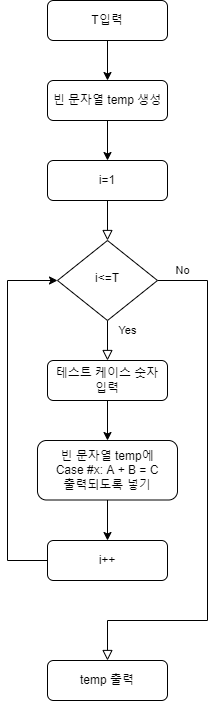
Above: 백준 코딩테스트 순서도/015백준 A+B - 8.drawio.png in otw03/Programmers-Algorithm (draw.io), before the change. Source tidied: cells renumbered, new cells last; positions are measured from the earlier drawing's top-left corner, leaving out a move shared by most shapes.
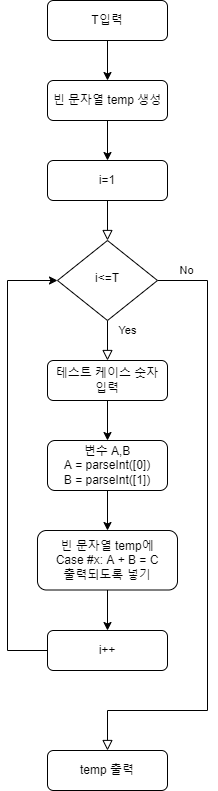
Later version of the same file.

Commit message:
015백준 A+B - 8.drawio.png 간결화한 코드 업데이트

The edit, as a diff of the source:
```diff
@@ -15,8 +15,8 @@
       <mxGeometry x="-0.91" y="10" relative="1" as="geometry">
         <Array as="points">
           <mxPoint x="200" y="280" />
-          <mxPoint x="200" y="620" />
-          <mxPoint x="100" y="620" />
+          <mxPoint x="200" y="710" />
+          <mxPoint x="100" y="710" />
         </Array>
       </mxGeometry>
     </mxCell>
@@ -26,14 +26,14 @@
     <mxCell id="7" style="edgeStyle=orthogonalEdgeStyle;rounded=0;jettySize=auto;html=1;entryX=0;entryY=0.5;entryDx=0;entryDy=0;exitX=0;exitY=0.5;exitDx=0;exitDy=0;" parent="1" edge="1" source="12" target="6">
       <mxGeometry relative="1" as="geometry">
         <Array as="points">
-          <mxPoint y="560" />
+          <mxPoint y="650" />
           <mxPoint y="280" />
         </Array>
       </mxGeometry>
     </mxCell>
-    <mxCell id="8" style="edgeStyle=orthogonalEdgeStyle;rounded=0;jettySize=auto;html=1;exitX=0.5;exitY=1;exitDx=0;exitDy=0;entryX=0.5;entryY=0;entryDx=0;entryDy=0;" parent="1" edge="1" source="9" target="17">
-      <mxGeometry relative="1" as="geometry" />
-    </mxCell>
+    <mxCell id="18" style="edgeStyle=orthogonalEdgeStyle;rounded=0;jettySize=auto;html=1;" parent="1" edge="1" source="9" target="20">
+      <mxGeometry relative="1" as="geometry" />
+    </mxCell>
     <mxCell id="9" value="테스트 케이스 숫자&lt;br&gt;입력" style="rounded=1;whiteSpace=wrap;html=1;fontSize=12;glass=0;strokeWidth=1;shadow=0;" parent="1" vertex="1">
       <mxGeometry x="40" y="360" width="120" height="40" as="geometry" />
     </mxCell>
@@ -44,7 +44,7 @@
       <mxGeometry x="40" y="80" width="120" height="40" as="geometry" />
     </mxCell>
     <mxCell id="12" value="i++" style="rounded=1;whiteSpace=wrap;html=1;fontSize=12;glass=0;strokeWidth=1;shadow=0;" parent="1" vertex="1">
-      <mxGeometry x="40" y="540" width="120" height="40" as="geometry" />
+      <mxGeometry x="40" y="630" width="120" height="40" as="geometry" />
     </mxCell>
     <mxCell id="13" style="edgeStyle=orthogonalEdgeStyle;rounded=0;jettySize=auto;html=1;entryX=0.5;entryY=0;entryDx=0;entryDy=0;" parent="1" edge="1" source="14" target="11">
       <mxGeometry relative="1" as="geometry" />
@@ -53,13 +53,19 @@
       <mxGeometry x="40" width="120" height="40" as="geometry" />
     </mxCell>
     <mxCell id="15" value="temp 출력" style="rounded=1;whiteSpace=wrap;html=1;fontSize=12;glass=0;strokeWidth=1;shadow=0;" parent="1" vertex="1">
-      <mxGeometry x="40" y="660" width="120" height="40" as="geometry" />
+      <mxGeometry x="40" y="750" width="120" height="40" as="geometry" />
     </mxCell>
     <mxCell id="16" style="edgeStyle=orthogonalEdgeStyle;rounded=0;jettySize=auto;html=1;entryX=0.5;entryY=0;entryDx=0;entryDy=0;" parent="1" edge="1" source="17" target="12">
       <mxGeometry relative="1" as="geometry" />
     </mxCell>
     <mxCell id="17" value="빈 문자열 temp에&lt;br&gt;Case #x: A + B = C&lt;br&gt;출력되도록 넣기" style="rounded=1;whiteSpace=wrap;html=1;fontSize=12;glass=0;strokeWidth=1;shadow=0;" parent="1" vertex="1">
-      <mxGeometry x="30" y="440" width="140" height="59.5" as="geometry" />
+      <mxGeometry x="30" y="530" width="140" height="59.5" as="geometry" />
     </mxCell>
+    <mxCell id="19" style="edgeStyle=orthogonalEdgeStyle;rounded=0;jettySize=auto;html=1;entryX=0.5;entryY=0;entryDx=0;entryDy=0;" parent="1" edge="1" source="20" target="17">
+      <mxGeometry relative="1" as="geometry" />
+    </mxCell>
+    <mxCell id="20" value="변수 A,B&lt;br&gt;A = parseInt([0])&lt;br&gt;B = parseInt([1])" style="rounded=1;whiteSpace=wrap;html=1;fontSize=12;glass=0;strokeWidth=1;shadow=0;" parent="1" vertex="1">
+      <mxGeometry x="40" y="440" width="120" height="50" as="geometry" />
+    </mxCell>
   </root>
 </mxGraphModel>
```
